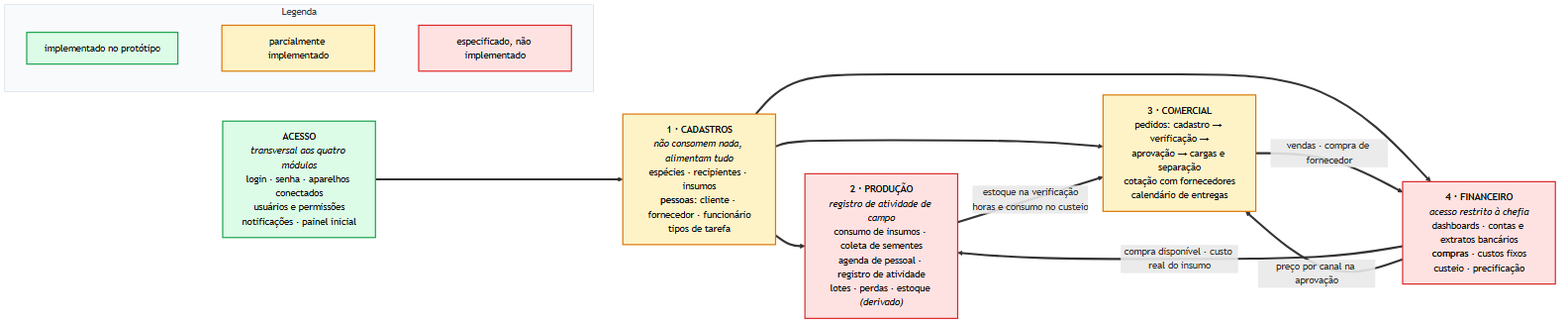
Earlier version of the Mermaid export docs/rotinas/img/mapa-sistema-v2.png (JoaoMudar/mudar). Its source is kept beside it as docs/rotinas/img/mapa-sistema-v2.mmd.
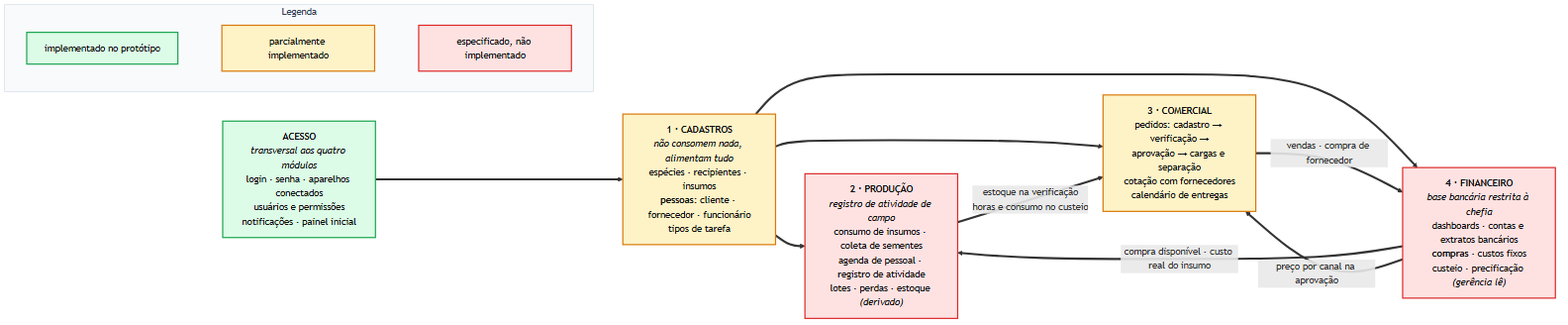
The same file after the commit.

Commit message:
@ docs(rotinas): diagramas passam a dizer que a restricao e do recurso

Change to the diagram source:
```diff
@@ -7,7 +7,7 @@
 
   COM["<b>3 · COMERCIAL</b><br/>pedidos: cadastro → verificação →<br/>aprovação → cargas e separação<br/>cotação com fornecedores<br/>calendário de entregas"]
 
-  FIN["<b>4 · FINANCEIRO</b><br/><i>acesso restrito à chefia</i><br/>dashboards · contas e extratos bancários<br/><b>compras</b> · custos fixos<br/>custeio · precificação"]
+  FIN["<b>4 · FINANCEIRO</b><br/><i>base bancária restrita à chefia</i><br/>dashboards · contas e extratos bancários<br/><b>compras</b> · custos fixos<br/>custeio · precificação <i>(gerência lê)</i>"]
 
   ACC ==> CAD
 
```
